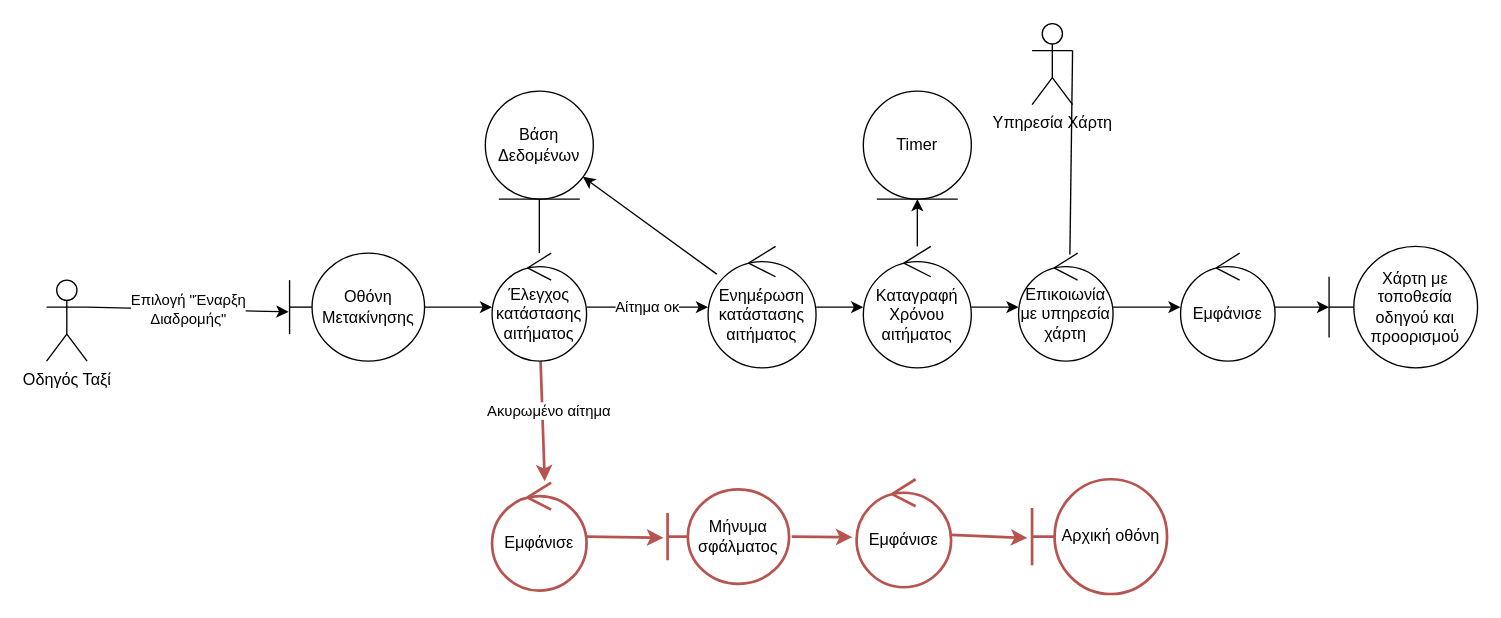
The draw.io diagram Part_4/Robustness/diagrams/09_Έναρξη_Διαδρομής_Ταξί.drawio in Nikolis2002/texnoligia_logismikou, before the edit. Source tidied: cells renumbered, new cells numbered last; positions are measured from the earlier drawing's top-left corner, leaving out a move shared by most shapes. Both pictures are drawn from the tidied source at 135%, with x=0, y=0 at pixel (46, 23).
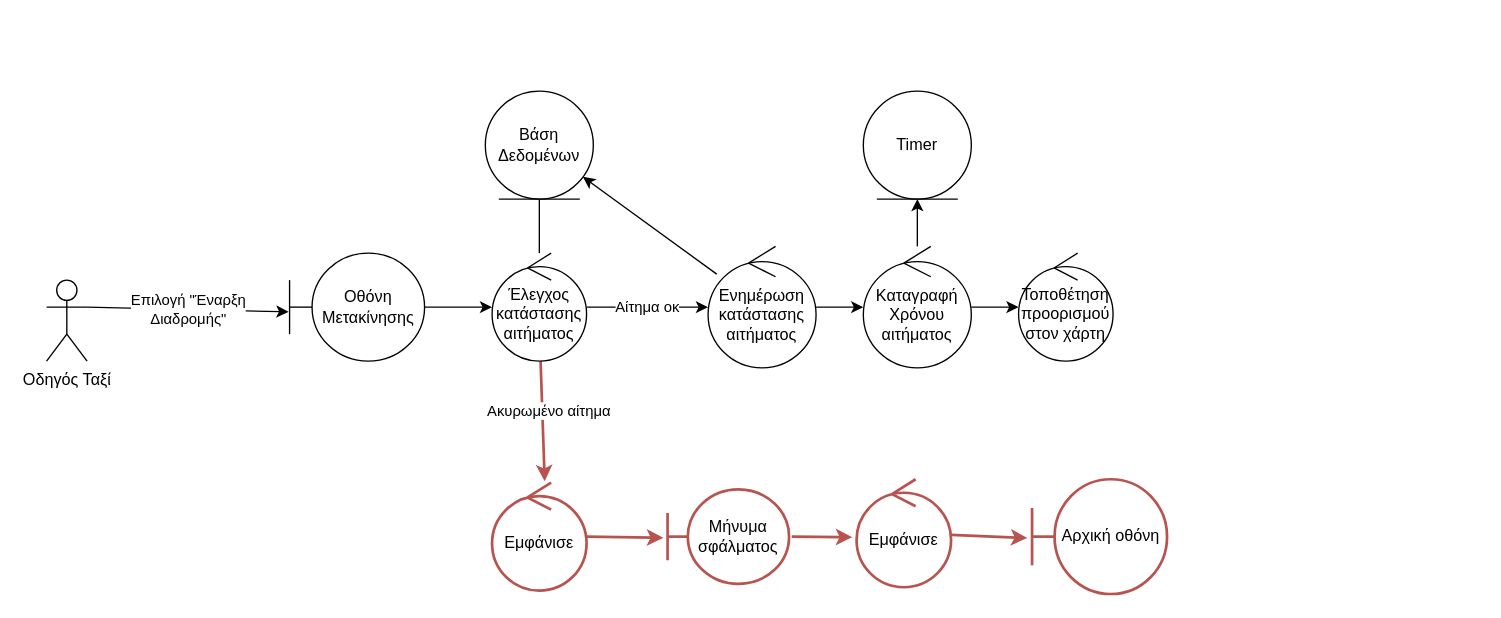
The same diagram, later.

The edit, as a diff of the source:
```diff
@@
-    <mxCell id="15" style="edgeStyle=none;html=1;" parent="1" edge="1" source="16" target="32">
-      <mxGeometry relative="1" as="geometry" />
-    </mxCell>
-    <mxCell id="16" value="Επικοιωνία με υπηρεσία χάρτη" style="ellipse;shape=umlControl;whiteSpace=wrap;html=1;" parent="1" vertex="1">
+    <mxCell id="16" value="Τοποθέτηση προορισμού στον χάρτη" style="ellipse;shape=umlControl;whiteSpace=wrap;html=1;" parent="1" vertex="1">
       <mxGeometry x="720" y="170" width="70" height="80" as="geometry" />
     </mxCell>
-    <mxCell id="17" style="edgeStyle=none;html=1;entryX=0.543;entryY=0.013;entryDx=0;entryDy=0;entryPerimeter=0;endArrow=none;endFill=0;exitX=1;exitY=0.3333333333333333;exitDx=0;exitDy=0;exitPerimeter=0;" parent="1" edge="1" source="18" target="16">
-      <mxGeometry relative="1" as="geometry" />
-    </mxCell>
-    <mxCell id="18" value="Υπηρεσία Χάρτη" style="shape=umlActor;verticalLabelPosition=bottom;verticalAlign=top;html=1;" parent="1" vertex="1">
-      <mxGeometry x="730" width="30" height="60" as="geometry" />
-    </mxCell>
-    <mxCell id="19" value="Χάρτη με τοποθεσία οδηγού και προορισμού" style="shape=umlBoundary;whiteSpace=wrap;html=1;" parent="1" vertex="1">
-      <mxGeometry x="950" y="165" width="110" height="90" as="geometry" />
-    </mxCell>
@@
-    <mxCell id="31" style="edgeStyle=none;html=1;" parent="1" edge="1" source="32" target="19">
-      <mxGeometry relative="1" as="geometry" />
-    </mxCell>
-    <mxCell id="32" value="Εμφάνισε" style="ellipse;shape=umlControl;whiteSpace=wrap;html=1;" parent="1" vertex="1">
-      <mxGeometry x="840" y="170" width="70" height="80" as="geometry" />
-    </mxCell>
```
